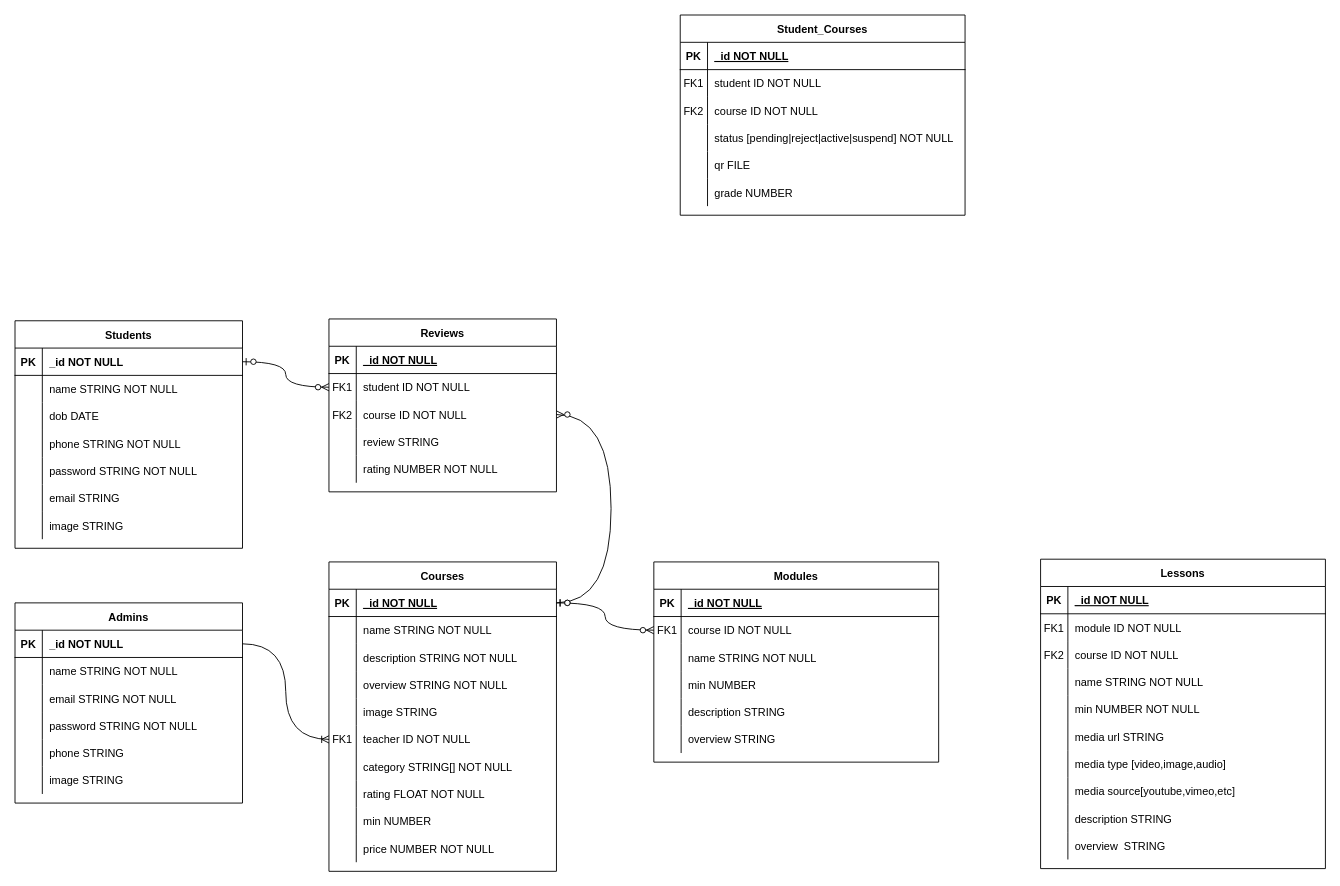
The draw.io diagram DB Diagram.drawio in JamesCartar/lms-backend, before the edit. Source tidied: cells renumbered, new cells numbered last; positions are measured from the earlier drawing's top-left corner, leaving out a move shared by most shapes. Both pictures are drawn from the tidied source at 91%, with x=0, y=0 at pixel (15, 15).
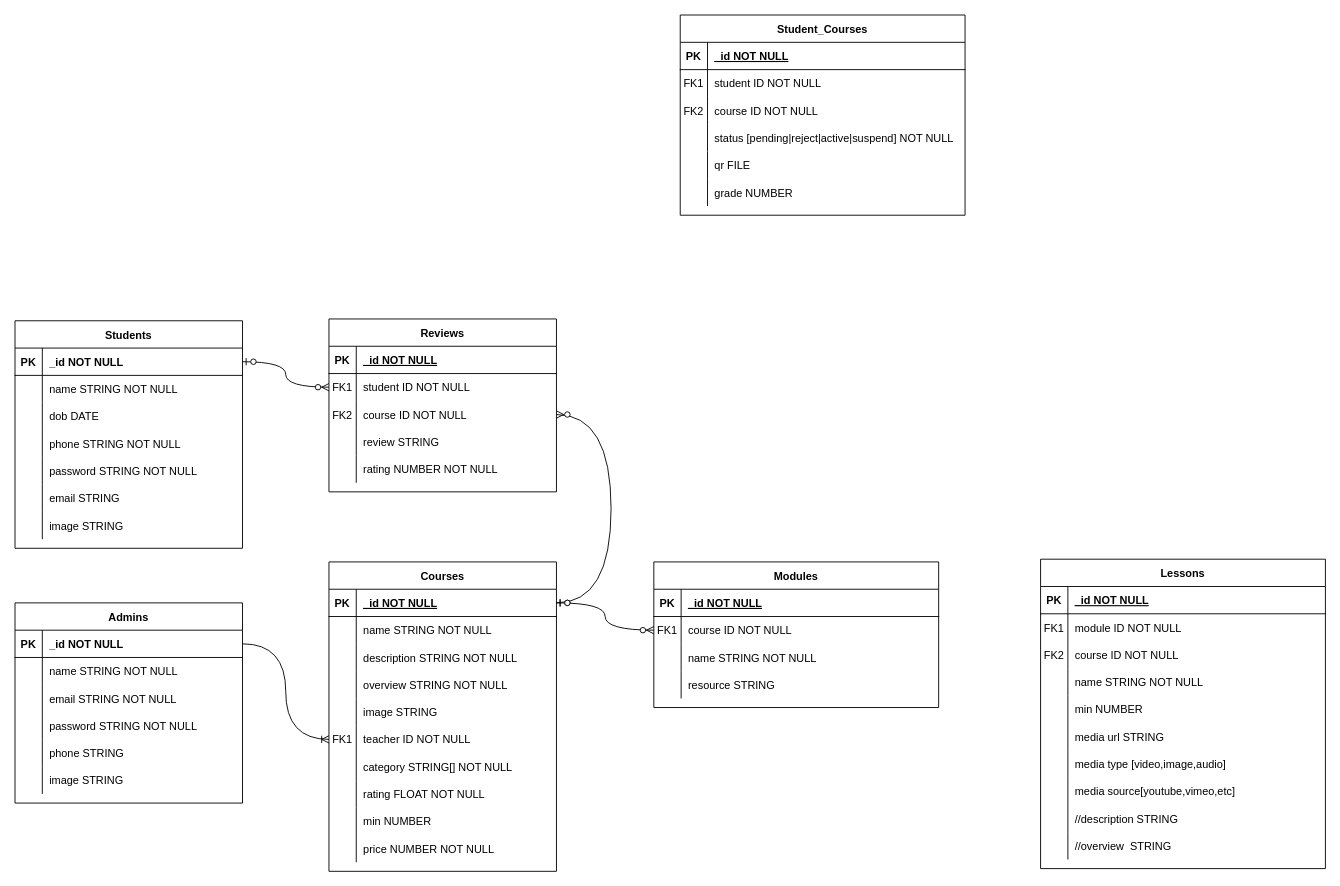
Above is the later version.

Unchanged cells that the change refers to:
```xml
<mxCell id="122" style="shape=partialRectangle;fillColor=none;top=0;left=0;right=0;bottom=0;" parent="112" vertex="1">
  <mxGeometry y="120" width="313" height="30" as="geometry" />
</mxCell>
<mxCell id="144" style="shape=partialRectangle;fillColor=none;top=0;left=0;right=0;bottom=0;" parent="131" vertex="1">
  <mxGeometry y="150" width="313" height="30" as="geometry" />
</mxCell>
<mxCell id="156" style="shape=partialRectangle;fillColor=none;top=0;left=0;right=0;bottom=0;" parent="131" vertex="1">
  <mxGeometry y="270" width="313" height="30" as="geometry" />
</mxCell>
<mxCell id="159" style="shape=partialRectangle;fillColor=none;top=0;left=0;right=0;bottom=0;" parent="131" vertex="1">
  <mxGeometry y="300" width="313" height="30" as="geometry" />
</mxCell>
```

The edit, as a diff of the source:
```diff
@@
     <mxCell id="112" value="Modules" style="shape=table;startSize=30;childLayout=tableLayout;rowLines=0;fontStyle=1;align=center;" parent="1" vertex="1">
-      <mxGeometry x="702" y="601" width="313" height="220" as="geometry" />
+      <mxGeometry x="702" y="601" width="313" height="160" as="geometry" />
     </mxCell>
@@
-    <mxCell id="123" style="shape=partialRectangle;overflow=hidden;fillColor=none;top=0;left=0;bottom=0;right=0;" parent="122" vertex="1">
-      <mxGeometry width="30" height="30" as="geometry" />
-    </mxCell>
-    <mxCell id="124" value="min NUMBER" style="shape=partialRectangle;overflow=hidden;fillColor=none;top=0;left=0;bottom=0;right=0;align=left;spacingLeft=6;" parent="122" vertex="1">
-      <mxGeometry x="30" width="283" height="30" as="geometry" />
-    </mxCell>
-    <mxCell id="125" style="shape=partialRectangle;fillColor=none;top=0;left=0;right=0;bottom=0;" parent="112" vertex="1">
-      <mxGeometry y="150" width="313" height="30" as="geometry" />
-    </mxCell>
-    <mxCell id="126" style="shape=partialRectangle;overflow=hidden;fillColor=none;top=0;left=0;bottom=0;right=0;" parent="125" vertex="1">
-      <mxGeometry width="30" height="30" as="geometry" />
-    </mxCell>
-    <mxCell id="127" value="description STRING" style="shape=partialRectangle;overflow=hidden;fillColor=none;top=0;left=0;bottom=0;right=0;align=left;spacingLeft=6;" parent="125" vertex="1">
-      <mxGeometry x="30" width="283" height="30" as="geometry" />
-    </mxCell>
-    <mxCell id="128" style="shape=partialRectangle;fillColor=none;top=0;left=0;right=0;bottom=0;" parent="112" vertex="1">
-      <mxGeometry y="180" width="313" height="30" as="geometry" />
-    </mxCell>
-    <mxCell id="129" style="shape=partialRectangle;overflow=hidden;fillColor=none;top=0;left=0;bottom=0;right=0;" parent="128" vertex="1">
-      <mxGeometry width="30" height="30" as="geometry" />
-    </mxCell>
-    <mxCell id="130" value="overview STRING" style="shape=partialRectangle;overflow=hidden;fillColor=none;top=0;left=0;bottom=0;right=0;align=left;spacingLeft=6;" parent="128" vertex="1">
-      <mxGeometry x="30" width="283" height="30" as="geometry" />
-    </mxCell>
+    <mxCell id="163" style="shape=partialRectangle;overflow=hidden;fillColor=none;top=0;left=0;bottom=0;right=0;" parent="122" vertex="1">
+      <mxGeometry width="30" height="30" as="geometry" />
+    </mxCell>
+    <mxCell id="164" value="resource STRING" style="shape=partialRectangle;overflow=hidden;fillColor=none;top=0;left=0;bottom=0;right=0;align=left;spacingLeft=6;" parent="122" vertex="1">
+      <mxGeometry x="30" width="283" height="30" as="geometry" />
+    </mxCell>
@@
-    <mxCell id="146" value="min NUMBER NOT NULL" style="shape=partialRectangle;overflow=hidden;fillColor=none;top=0;left=0;bottom=0;right=0;align=left;spacingLeft=6;" parent="144" vertex="1">
+    <mxCell id="146" value="min NUMBER" style="shape=partialRectangle;overflow=hidden;fillColor=none;top=0;left=0;bottom=0;right=0;align=left;spacingLeft=6;" parent="144" vertex="1">
       <mxGeometry x="30" width="283" height="30" as="geometry" />
     </mxCell>
@@
-    <mxCell id="158" value="description STRING" style="shape=partialRectangle;overflow=hidden;fillColor=none;top=0;left=0;bottom=0;right=0;align=left;spacingLeft=6;" parent="156" vertex="1">
+    <mxCell id="158" value="//description STRING" style="shape=partialRectangle;overflow=hidden;fillColor=none;top=0;left=0;bottom=0;right=0;align=left;spacingLeft=6;" parent="156" vertex="1">
       <mxGeometry x="30" width="283" height="30" as="geometry" />
     </mxCell>
@@
-    <mxCell id="161" value="overview  STRING" style="shape=partialRectangle;overflow=hidden;fillColor=none;top=0;left=0;bottom=0;right=0;align=left;spacingLeft=6;" parent="159" vertex="1">
+    <mxCell id="161" value="//overview  STRING" style="shape=partialRectangle;overflow=hidden;fillColor=none;top=0;left=0;bottom=0;right=0;align=left;spacingLeft=6;" parent="159" vertex="1">
       <mxGeometry x="30" width="283" height="30" as="geometry" />
     </mxCell>
```
